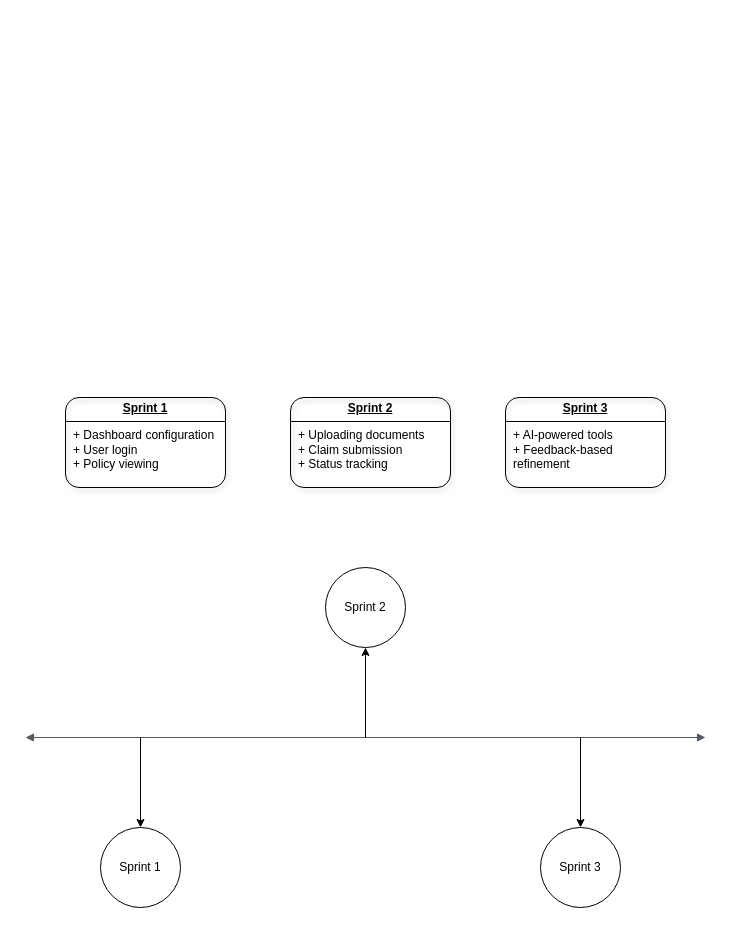
Above: Project: Agile Software Engineering Diagram 2.drawio in Matasem-h/SimpleFlowcharts (draw.io), before the change. Source tidied: cells renumbered, new cells numbered last; positions are measured from the earlier drawing's top-left corner, leaving out a move shared by most shapes. Both pictures are drawn from the tidied source at 100%, with x=0, y=0 at pixel (25, 397).
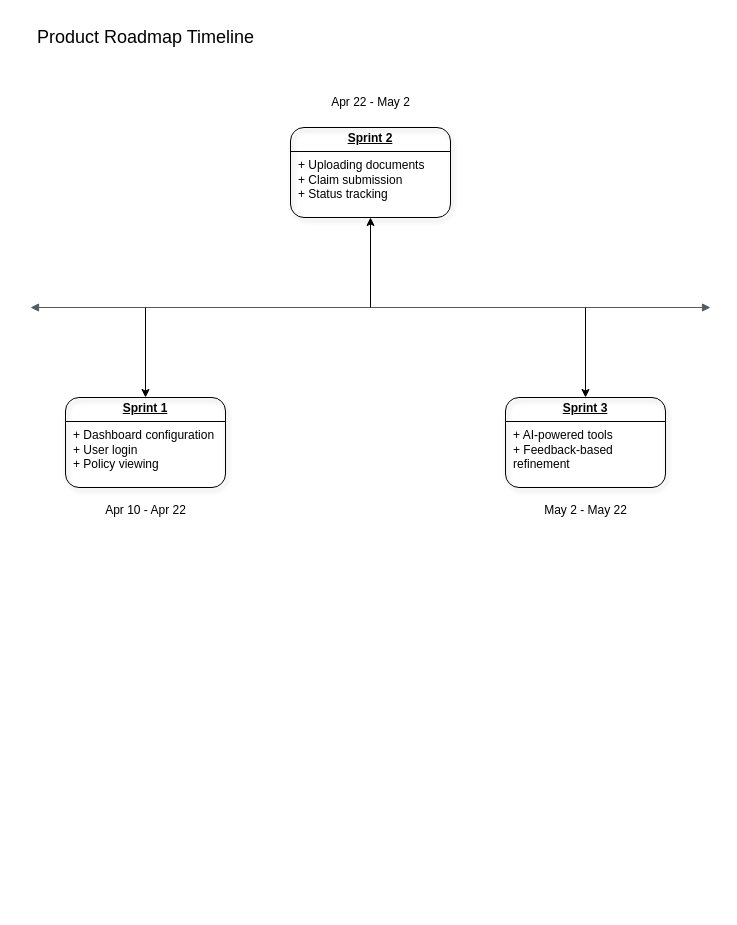
The same page after the edit.

Change to the diagram source:
```diff
@@
 <mxGraphModel>
   <root>
     <mxCell id="0" />
     <mxCell id="1" parent="0" />
     <mxCell id="2" style="edgeStyle=orthogonalEdgeStyle;html=1;endArrow=block;elbow=vertical;startArrow=block;startFill=1;endFill=1;strokeColor=#545B64;rounded=0;fontSize=11;strokeWidth=1;targetPerimeterSpacing=0;endSize=6;" parent="1" edge="1">
       <mxGeometry relative="1" as="geometry">
-        <mxPoint y="340" as="sourcePoint" />
-        <mxPoint x="680" y="340" as="targetPoint" />
+        <mxPoint x="5" y="-90" as="sourcePoint" />
+        <mxPoint x="685" y="-90" as="targetPoint" />
       </mxGeometry>
     </mxCell>
     <mxCell id="3" style="endArrow=classic;html=1;rounded=0;" parent="1" edge="1">
       <mxGeometry relative="1" as="geometry">
-        <mxPoint x="340" y="340" as="sourcePoint" />
-        <mxPoint x="340" y="250" as="targetPoint" />
+        <mxPoint x="345" y="-90" as="sourcePoint" />
+        <mxPoint x="345" y="-180" as="targetPoint" />
       </mxGeometry>
     </mxCell>
     <mxCell id="4" style="endArrow=classic;html=1;rounded=0;" parent="1" edge="1">
       <mxGeometry relative="1" as="geometry">
-        <mxPoint x="115" y="340" as="sourcePoint" />
-        <mxPoint x="115" y="430" as="targetPoint" />
+        <mxPoint x="120" y="-90" as="sourcePoint" />
+        <mxPoint x="120" as="targetPoint" />
       </mxGeometry>
     </mxCell>
     <mxCell id="5" style="endArrow=classic;html=1;rounded=0;" parent="1" edge="1">
       <mxGeometry relative="1" as="geometry">
-        <mxPoint x="555" y="340" as="sourcePoint" />
-        <mxPoint x="555" y="430" as="targetPoint" />
+        <mxPoint x="560" y="-90" as="sourcePoint" />
+        <mxPoint x="560" as="targetPoint" />
       </mxGeometry>
     </mxCell>
-    <mxCell id="6" value="Sprint 2" style="ellipse;whiteSpace=wrap;html=1;" parent="1" vertex="1">
-      <mxGeometry x="300" y="170" width="80" height="80" as="geometry" />
-    </mxCell>
-    <mxCell id="7" value="Sprint 1" style="ellipse;whiteSpace=wrap;html=1;" parent="1" vertex="1">
-      <mxGeometry x="75" y="430" width="80" height="80" as="geometry" />
-    </mxCell>
-    <mxCell id="8" value="Sprint 3" style="ellipse;whiteSpace=wrap;html=1;" parent="1" vertex="1">
-      <mxGeometry x="515" y="430" width="80" height="80" as="geometry" />
-    </mxCell>
     <mxCell id="9" value="&lt;p style=&quot;margin: 4px 0px 0px; text-align: center; text-decoration: underline;&quot;&gt;&lt;b&gt;Sprint 1&lt;/b&gt;&lt;/p&gt;&lt;hr size=&quot;1&quot; style=&quot;border-style:solid;&quot;&gt;&lt;p style=&quot;margin:0px;margin-left:8px;&quot;&gt;+ Dashboard configuration&lt;br&gt;+ User login&lt;br&gt;+ Policy viewing&lt;/p&gt;" style="verticalAlign=top;align=left;overflow=fill;html=1;whiteSpace=wrap;rounded=1;shadow=1;glass=0;strokeColor=default;strokeWidth=1;arcSize=15;fontFamily=Helvetica;fontSize=12;fontColor=default;fontStyle=0;horizontal=1;fillColor=none;" parent="1" vertex="1">
       <mxGeometry x="40" width="160" height="90" as="geometry" />
     </mxCell>
     <mxCell id="10" value="&lt;p style=&quot;margin: 4px 0px 0px; text-align: center; text-decoration: underline;&quot;&gt;&lt;b&gt;Sprint 2&lt;/b&gt;&lt;/p&gt;&lt;hr size=&quot;1&quot; style=&quot;border-style:solid;&quot;&gt;&lt;p style=&quot;margin:0px;margin-left:8px;&quot;&gt;+ Uploading documents&lt;br&gt;+ Claim submission&lt;br&gt;+ Status tracking&lt;/p&gt;" style="verticalAlign=top;align=left;overflow=fill;html=1;whiteSpace=wrap;rounded=1;shadow=1;glass=0;strokeColor=default;strokeWidth=1;arcSize=15;fontFamily=Helvetica;fontSize=12;fontColor=default;fontStyle=0;horizontal=1;fillColor=none;" parent="1" vertex="1">
-      <mxGeometry x="265" width="160" height="90" as="geometry" />
+      <mxGeometry x="265" y="-270" width="160" height="90" as="geometry" />
     </mxCell>
     <mxCell id="11" value="&lt;p style=&quot;margin: 4px 0px 0px; text-align: center; text-decoration: underline;&quot;&gt;&lt;b&gt;Sprint 3&lt;/b&gt;&lt;/p&gt;&lt;hr size=&quot;1&quot; style=&quot;border-style:solid;&quot;&gt;&lt;p style=&quot;margin:0px;margin-left:8px;&quot;&gt;+ AI-powered tools&lt;br&gt;+ Feedback-based refinement&lt;/p&gt;" style="verticalAlign=top;align=left;overflow=fill;html=1;whiteSpace=wrap;rounded=1;shadow=1;glass=0;strokeColor=default;strokeWidth=1;arcSize=15;fontFamily=Helvetica;fontSize=12;fontColor=default;fontStyle=0;horizontal=1;fillColor=none;" parent="1" vertex="1">
       <mxGeometry x="480" width="160" height="90" as="geometry" />
     </mxCell>
+    <mxCell id="12" value="Apr 10 - Apr 22" style="text;html=1;align=center;verticalAlign=middle;strokeColor=none;fillColor=none;fontFamily=Helvetica;fontSize=12;fontColor=default;fontStyle=0;horizontal=1;" parent="1" vertex="1">
+      <mxGeometry x="70" y="98" width="100" height="30" as="geometry" />
+    </mxCell>
+    <mxCell id="13" value="Apr 22 - May 2 " style="text;html=1;align=center;verticalAlign=middle;strokeColor=none;fillColor=none;fontFamily=Helvetica;fontSize=12;fontColor=default;fontStyle=0;horizontal=1;" parent="1" vertex="1">
+      <mxGeometry x="295" y="-310" width="100" height="30" as="geometry" />
+    </mxCell>
+    <mxCell id="14" value="May 2 - May 22" style="text;html=1;align=center;verticalAlign=middle;strokeColor=none;fillColor=none;fontFamily=Helvetica;fontSize=12;fontColor=default;fontStyle=0;horizontal=1;" parent="1" vertex="1">
+      <mxGeometry x="505" y="98" width="110" height="30" as="geometry" />
+    </mxCell>
+    <mxCell id="15" value="Product Roadmap Timeline" style="text;html=1;align=center;verticalAlign=middle;strokeColor=none;fillColor=none;fontFamily=Helvetica;fontSize=18;fontColor=default;fontStyle=0;horizontal=1;" parent="1" vertex="1">
+      <mxGeometry y="-380" width="240" height="40" as="geometry" />
+    </mxCell>
   </root>
 </mxGraphModel>
```
